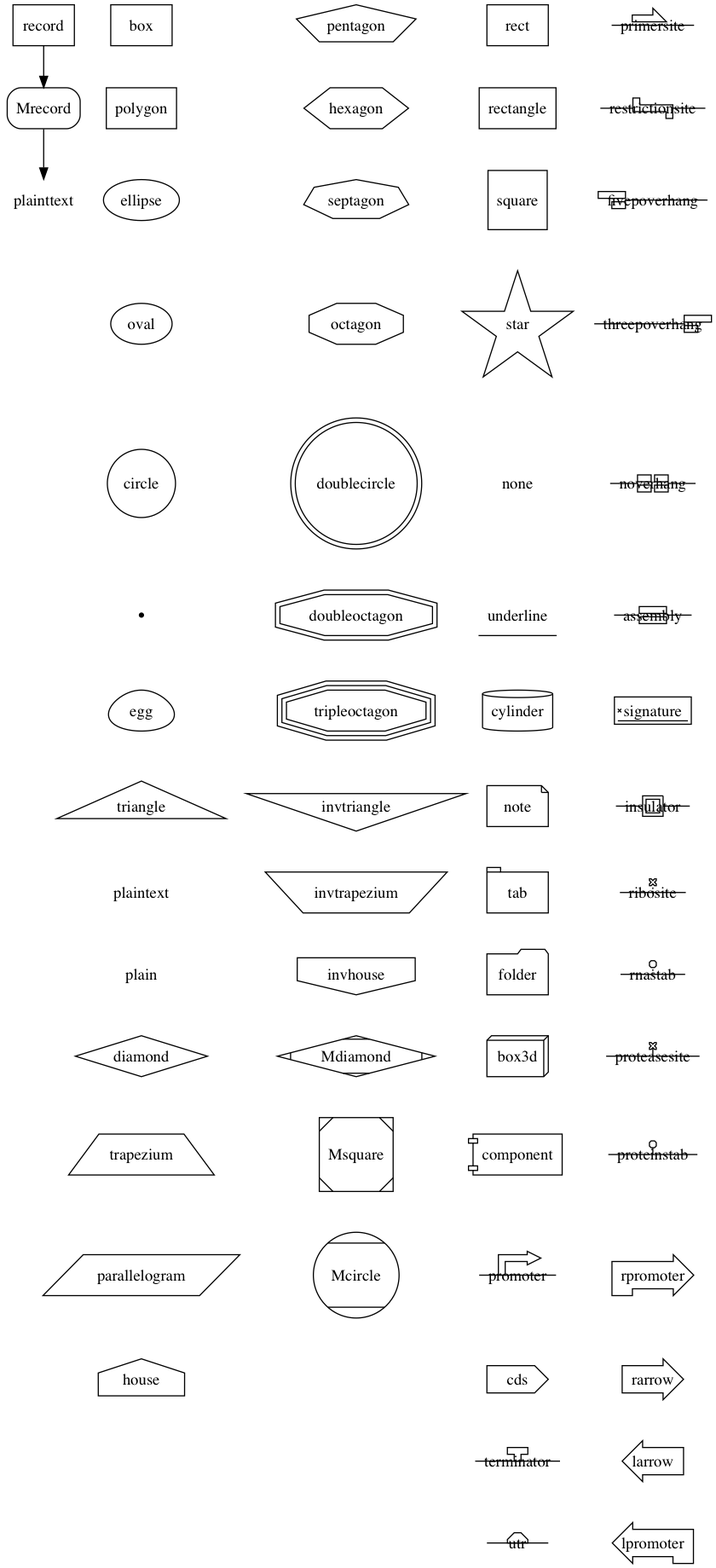
This is static/image/2019/07/fig3.png from Jeanhwea/jeanhwea.github.io, a Graphviz export, as it was before one commit. Its source is kept beside it as static/image/2019/07/fig3.dot.
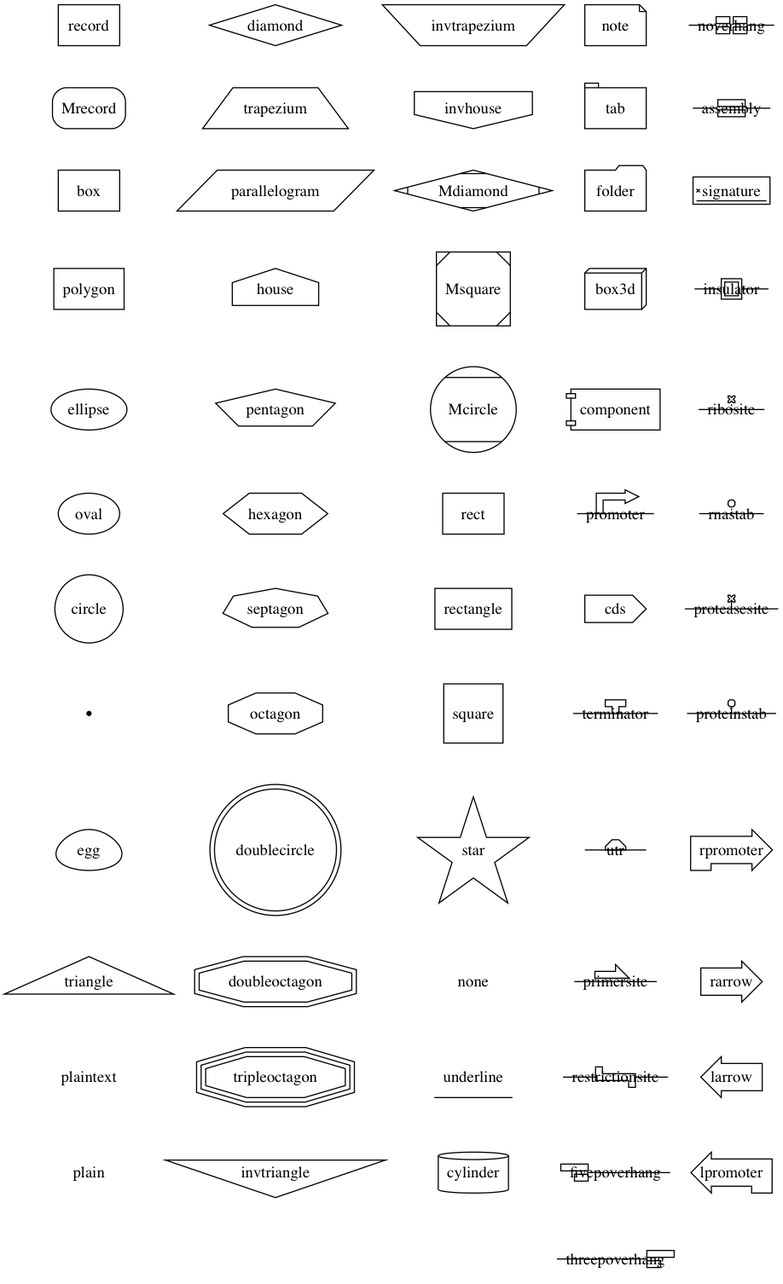
The same diagram one commit later.

The edit, as a diff of the source:
```diff
@@ -1,9 +1,6 @@
 digraph G {
   record [shape = record];
   Mrecord [shape = Mrecord];
-  plainttext [shape = plaintext];
-
-  record -> Mrecord -> plainttext;
 
   box [shape=box];
   polygon [shape=polygon];
@@ -67,19 +64,20 @@
 
   edge[style=invis];
 
-  box -> polygon -> ellipse -> oval -> circle -> point -> egg -> triangle ->
-  plaintext -> plain -> diamond -> trapezium -> parallelogram -> house;
+  record -> Mrecord -> box -> polygon -> ellipse -> oval -> circle
+  -> point -> egg -> triangle -> plaintext -> plain;
 
-  pentagon -> hexagon -> septagon -> octagon -> doublecircle -> doubleoctagon ->
-  tripleoctagon -> invtriangle -> invtrapezium -> invhouse -> Mdiamond ->
-  Msquare -> Mcircle;
+  diamond -> trapezium -> parallelogram -> house -> pentagon -> hexagon ->
+  septagon -> octagon -> doublecircle -> doubleoctagon -> tripleoctagon ->
+  invtriangle;
 
-  rect -> rectangle -> square -> star -> none -> underline -> cylinder -> note
-  -> tab -> folder -> box3d -> component -> promoter -> cds -> terminator ->
-  utr;
+  invtrapezium -> invhouse -> Mdiamond -> Msquare -> Mcircle-> rect -> rectangle
+  -> square -> star -> none -> underline -> cylinder;
 
-  primersite -> restrictionsite -> fivepoverhang -> threepoverhang -> noverhang
-  -> assembly -> signature -> insulator -> ribosite -> rnastab -> proteasesite
-  -> proteinstab -> rpromoter -> rarrow -> larrow -> lpromoter;
+  note -> tab -> folder -> box3d -> component -> promoter -> cds -> terminator
+  -> utr -> primersite -> restrictionsite -> fivepoverhang -> threepoverhang ;
+
+  noverhang -> assembly -> signature -> insulator -> ribosite -> rnastab ->
+  proteasesite -> proteinstab -> rpromoter -> rarrow -> larrow -> lpromoter;
 
 }
```
